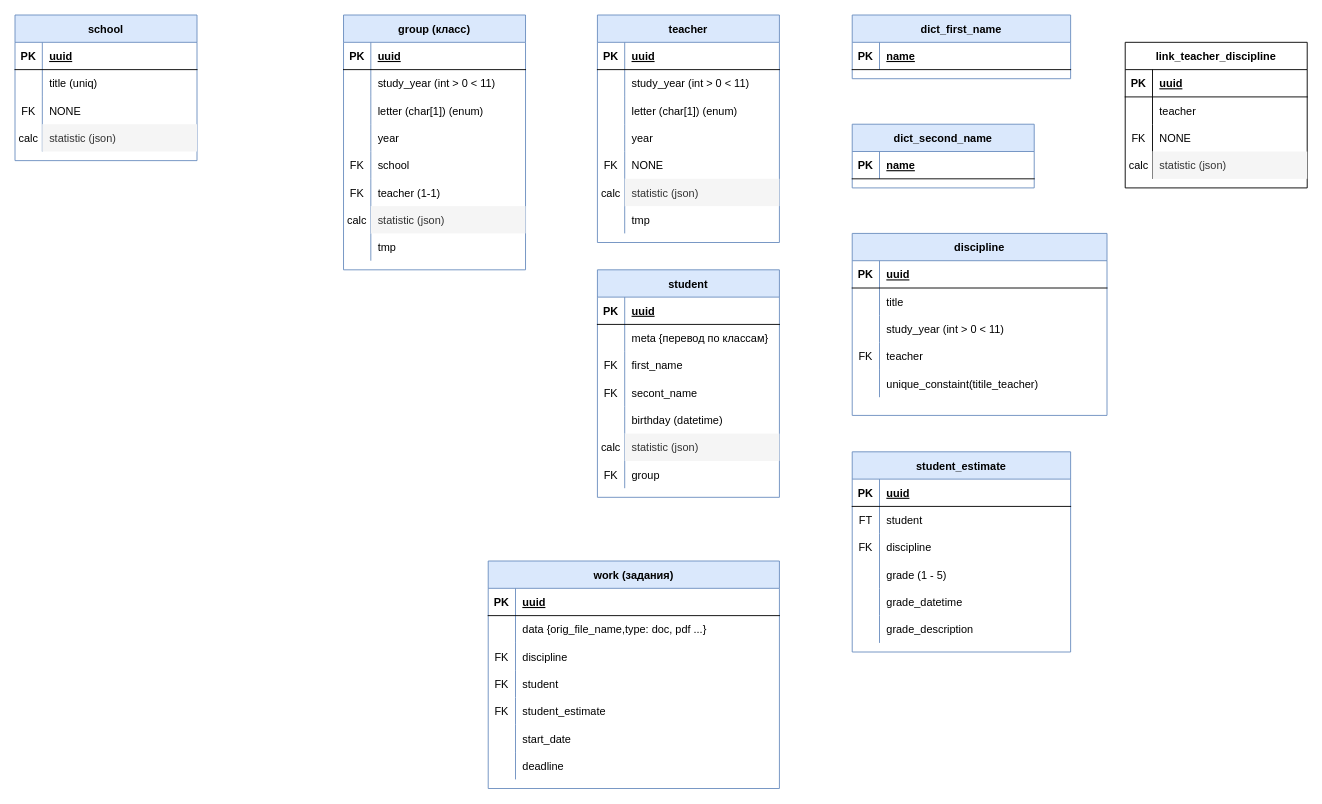
This is page "ER" (1 of 2) of sheme.drawio from sirif/wcdi-school-backend, a draw.io file, before an edit. Source tidied: cells renumbered, new cells numbered last; positions are measured from the earlier drawing's top-left corner, leaving out a move shared by most shapes. Both pictures are drawn from the tidied source at 91%, with x=0, y=0 at pixel (15, 15).
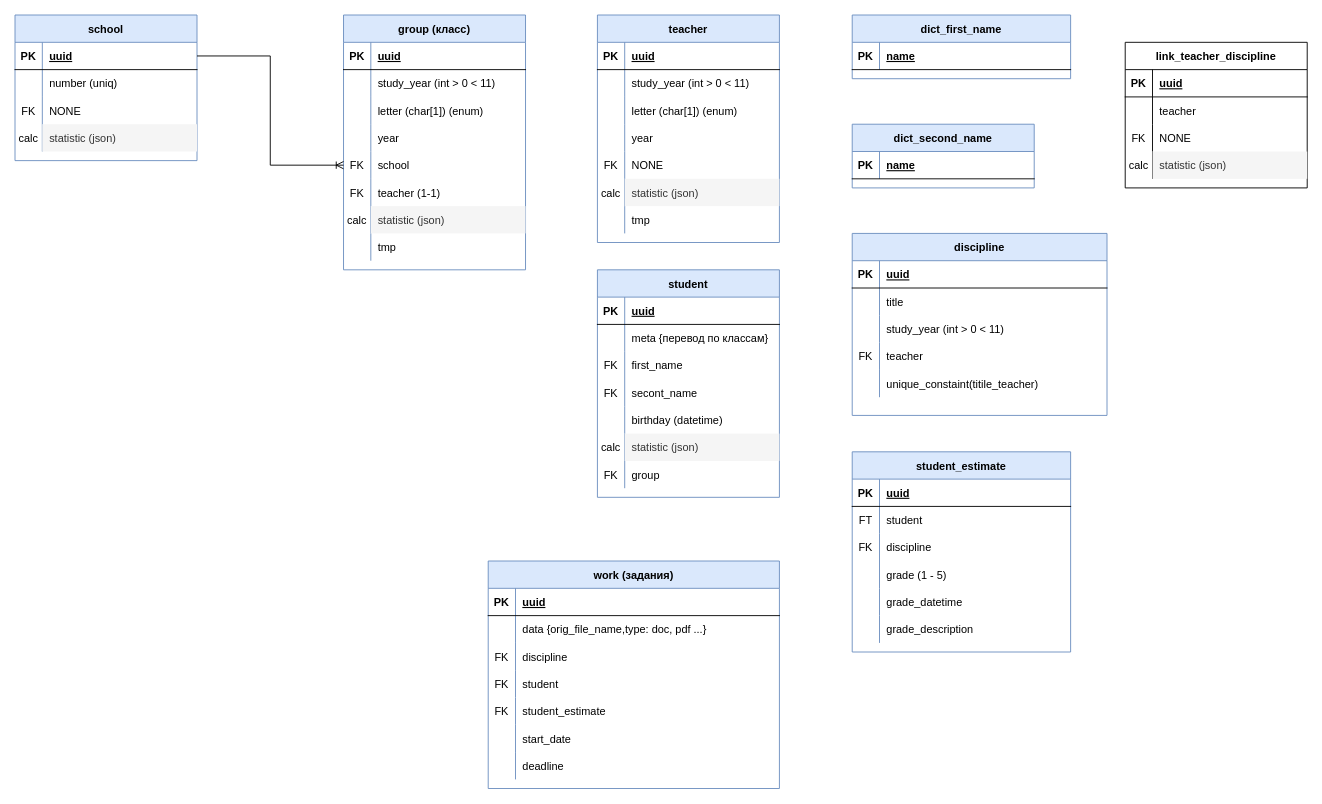
After the change.

The change refers to these unchanged cells:
```xml
<mxCell id="3" style="shape=tableRow;horizontal=0;startSize=0;swimlaneHead=0;swimlaneBody=0;fillColor=none;points=[[0,0.5],[1,0.5]];portConstraint=eastwest;top=0;left=0;right=0;bottom=1;" parent="2" vertex="1">
  <mxGeometry y="30" width="200" height="30" as="geometry" />
</mxCell>
<mxCell id="6" style="shape=tableRow;horizontal=0;startSize=0;swimlaneHead=0;swimlaneBody=0;fillColor=none;top=0;left=0;right=0;bottom=0;" parent="2" vertex="1">
  <mxGeometry y="60" width="200" height="30" as="geometry" />
</mxCell>
<mxCell id="28" style="shape=tableRow;horizontal=0;startSize=0;swimlaneHead=0;swimlaneBody=0;fillColor=none;points=[[0,0.5],[1,0.5]];portConstraint=eastwest;top=0;left=0;right=0;bottom=0;" parent="15" vertex="1">
  <mxGeometry y="150" width="200" height="30" as="geometry" />
</mxCell>
```

Change to the diagram source:
```diff
@@
-    <mxCell id="8" value="title (uniq)" style="shape=partialRectangle;fillColor=none;top=0;left=0;bottom=0;right=0;align=left;spacingLeft=6;overflow=hidden;" parent="6" vertex="1">
+    <mxCell id="8" value="number (uniq)" style="shape=partialRectangle;fillColor=none;top=0;left=0;bottom=0;right=0;align=left;spacingLeft=6;overflow=hidden;" parent="6" vertex="1">
       <mxGeometry x="30" width="170" height="30" as="geometry" />
     </mxCell>
@@
+    <mxCell id="162" style="edgeStyle=orthogonalEdgeStyle;fontSize=12;html=1;endArrow=ERoneToMany;rounded=0;entryX=0;entryY=0.5;entryDx=0;entryDy=0;exitX=1;exitY=0.5;exitDx=0;exitDy=0;" parent="1" edge="1" source="3" target="28">
+      <mxGeometry relative="1" as="geometry" />
+    </mxCell>
```
